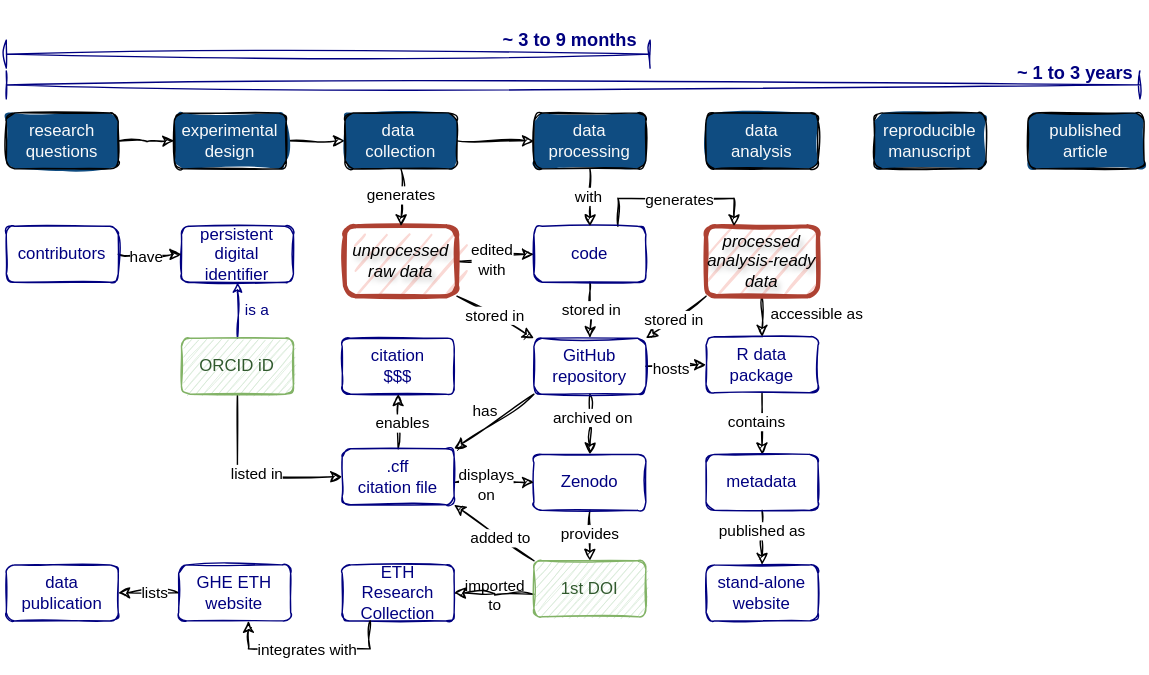
The draw.io diagram slides/img/eth-kolloquium/ghe-rdm-workflow-10.drawio.svg in Global-Health-Engineering/website, before a commit. Source tidied: cells renumbered, new cells last; positions are measured from the earlier drawing's top-left corner, leaving out a move shared by most shapes.
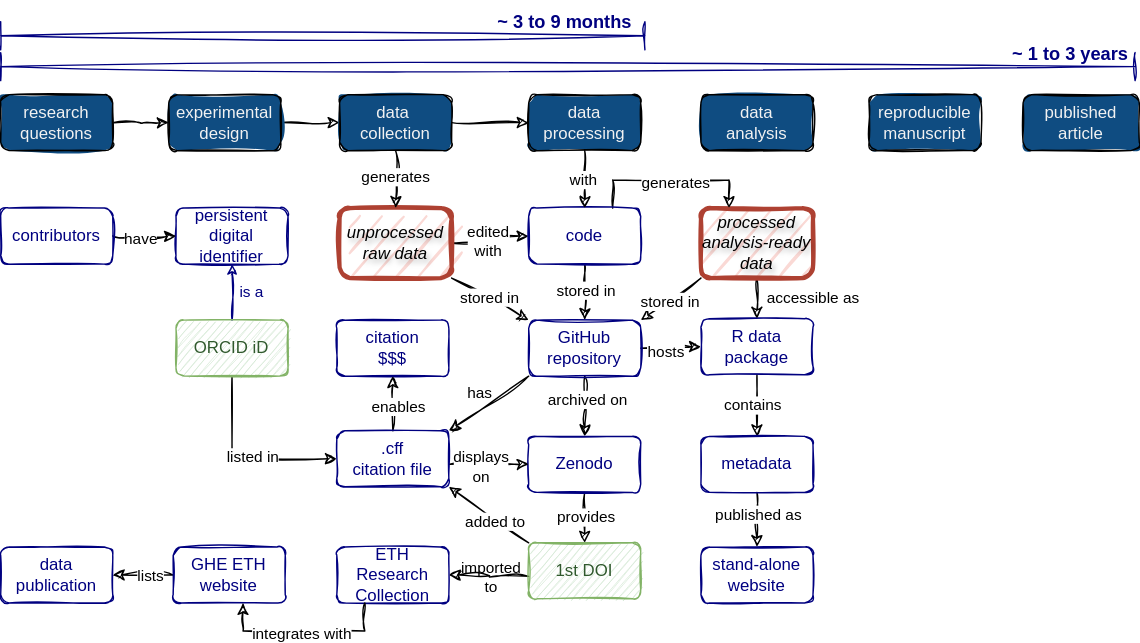
After the commit.

What changed in the source:
```diff
@@ -313,28 +313,25 @@
       <mxGeometry x="347" y="13" width="120" height="30" as="geometry" />
     </mxCell>
     <mxCell id="90" value="Step 1 - Publication workflow" parent="0" />
-    <mxCell id="91" style="rounded=0;whiteSpace=wrap;html=1;fillColor=none;strokeColor=#FFFFFF;" parent="90" vertex="1">
-      <mxGeometry width="820" height="480" as="geometry" />
-    </mxCell>
-    <mxCell id="92" value="&lt;span&gt;&lt;span&gt;research questions&lt;/span&gt;&lt;/span&gt;" style="rounded=1;html=1;strokeWidth=1;fontSize=12;fontFamily=Helvetica;fillColor=#0F4C81;sketch=1;labelBackgroundColor=none;fontColor=#FAFAFA;strokeColor=default;fontStyle=0;fillStyle=solid;labelBorderColor=none;spacing=9;align=center;textShadow=0;whiteSpace=wrap;" parent="90" vertex="1">
+    <mxCell id="92" value="&lt;span&gt;&lt;span&gt;research questions&lt;/span&gt;&lt;/span&gt;" style="rounded=1;whiteSpace=wrap;html=1;strokeWidth=1;fontSize=12;fontFamily=Helvetica;fillColor=#0F4C81;sketch=1;labelBackgroundColor=none;fontColor=#F2F2F2;strokeColor=default;fontStyle=0;fillStyle=solid;" parent="90" vertex="1">
       <mxGeometry x="4" y="80" width="80" height="40" as="geometry" />
     </mxCell>
-    <mxCell id="93" value="&lt;div&gt;&lt;span&gt;&lt;span&gt;experimental&lt;/span&gt;&lt;/span&gt;&lt;/div&gt;&lt;div&gt;&lt;span&gt;&lt;span&gt;design&lt;br&gt;&lt;/span&gt;&lt;/span&gt;&lt;/div&gt;" style="rounded=1;html=1;strokeWidth=1;fontSize=12;fontFamily=Helvetica;fillColor=#0F4C81;sketch=1;labelBackgroundColor=none;fontColor=#FAFAFA;strokeColor=default;fontStyle=0;fillStyle=solid;labelBorderColor=none;spacing=9;align=center;textShadow=0;whiteSpace=wrap;" parent="90" vertex="1">
+    <mxCell id="93" value="&lt;div&gt;&lt;span&gt;&lt;span&gt;experimental&lt;/span&gt;&lt;/span&gt;&lt;/div&gt;&lt;div&gt;&lt;span&gt;&lt;span&gt;design&lt;br&gt;&lt;/span&gt;&lt;/span&gt;&lt;/div&gt;" style="rounded=1;whiteSpace=wrap;html=1;strokeWidth=1;fontSize=12;fontFamily=Helvetica;fillColor=#0F4C81;sketch=1;labelBackgroundColor=none;fontColor=#F2F2F2;strokeColor=default;fontStyle=0;fillStyle=solid;" parent="90" vertex="1">
       <mxGeometry x="124" y="80" width="80" height="40" as="geometry" />
     </mxCell>
-    <mxCell id="94" value="&lt;div&gt;&lt;span&gt;&lt;span&gt;data&lt;br&gt;&lt;/span&gt;&lt;/span&gt;&lt;/div&gt;&lt;div&gt;&lt;span&gt;&lt;span&gt;analysis&lt;/span&gt;&lt;/span&gt;&lt;/div&gt;" style="rounded=1;html=1;strokeWidth=1;fontSize=12;fontFamily=Helvetica;fillColor=#0F4C81;sketch=1;labelBackgroundColor=none;fontColor=#FAFAFA;strokeColor=default;fontStyle=0;fillStyle=solid;labelBorderColor=none;spacing=9;align=center;textShadow=0;whiteSpace=wrap;" parent="90" vertex="1">
+    <mxCell id="94" value="&lt;div&gt;&lt;span&gt;&lt;span&gt;data&lt;br&gt;&lt;/span&gt;&lt;/span&gt;&lt;/div&gt;&lt;div&gt;&lt;span&gt;&lt;span&gt;analysis&lt;/span&gt;&lt;/span&gt;&lt;/div&gt;" style="rounded=1;whiteSpace=wrap;html=1;strokeWidth=1;fontSize=12;fontFamily=Helvetica;fillColor=#0F4C81;sketch=1;labelBackgroundColor=none;fontColor=#F2F2F2;strokeColor=default;fontStyle=0;fillStyle=solid;" parent="90" vertex="1">
       <mxGeometry x="504" y="80" width="80" height="40" as="geometry" />
     </mxCell>
-    <mxCell id="95" value="&lt;div&gt;reproducible&lt;br&gt;&lt;/div&gt;&lt;div&gt;manuscript&lt;/div&gt;" style="rounded=1;html=1;strokeWidth=1;fontSize=12;fontFamily=Helvetica;fillColor=#0F4C81;sketch=1;labelBackgroundColor=none;fontColor=#FAFAFA;strokeColor=default;fontStyle=0;fillStyle=solid;labelBorderColor=none;spacing=9;align=center;textShadow=0;whiteSpace=wrap;" parent="90" vertex="1">
+    <mxCell id="95" value="&lt;div&gt;reproducible&lt;br&gt;&lt;/div&gt;&lt;div&gt;manuscript&lt;/div&gt;" style="rounded=1;whiteSpace=wrap;html=1;strokeWidth=1;fontSize=12;fontFamily=Helvetica;fillColor=#0F4C81;sketch=1;labelBackgroundColor=none;fontColor=#F2F2F2;strokeColor=default;fontStyle=0;fillStyle=solid;" parent="90" vertex="1">
       <mxGeometry x="624" y="80" width="80" height="40" as="geometry" />
     </mxCell>
-    <mxCell id="96" value="&lt;span&gt;&lt;span&gt;published&lt;/span&gt;&lt;/span&gt;&lt;br&gt;&lt;div&gt;&lt;span&gt;&lt;span&gt;article&lt;/span&gt;&lt;/span&gt;&lt;/div&gt;" style="rounded=1;html=1;strokeWidth=1;fontSize=12;fontFamily=Helvetica;fillColor=#0F4C81;sketch=1;labelBackgroundColor=none;fontColor=#FAFAFA;strokeColor=default;fontStyle=0;fillStyle=solid;labelBorderColor=none;spacing=9;align=center;textShadow=0;whiteSpace=wrap;" parent="90" vertex="1">
+    <mxCell id="96" value="&lt;span&gt;&lt;span&gt;published&lt;/span&gt;&lt;/span&gt;&lt;br&gt;&lt;div&gt;&lt;span&gt;&lt;span&gt;article&lt;/span&gt;&lt;/span&gt;&lt;/div&gt;" style="rounded=1;whiteSpace=wrap;html=1;strokeWidth=1;fontSize=12;fontFamily=Helvetica;fillColor=#0F4C81;sketch=1;labelBackgroundColor=none;fontColor=#F2F2F2;strokeColor=default;fontStyle=0;fillStyle=solid;" parent="90" vertex="1">
       <mxGeometry x="734" y="80" width="83" height="40" as="geometry" />
     </mxCell>
-    <mxCell id="97" value="&lt;div&gt;&lt;span&gt;&lt;span&gt;data&amp;nbsp;&lt;/span&gt;&lt;/span&gt;&lt;/div&gt;&lt;div&gt;&lt;span&gt;&lt;span&gt;collection&lt;/span&gt;&lt;/span&gt;&lt;/div&gt;&lt;div&gt;&lt;span&gt;&lt;span&gt;&lt;/span&gt;&lt;/span&gt;&lt;/div&gt;" style="rounded=1;html=1;strokeWidth=1;fontSize=12;fontFamily=Helvetica;fillColor=#0F4C81;sketch=1;labelBackgroundColor=none;fontColor=#FAFAFA;strokeColor=default;fontStyle=0;fillStyle=solid;labelBorderColor=none;spacing=9;align=center;textShadow=0;whiteSpace=wrap;" parent="90" vertex="1">
+    <mxCell id="97" value="&lt;div&gt;&lt;span&gt;&lt;span&gt;data&amp;nbsp;&lt;/span&gt;&lt;/span&gt;&lt;/div&gt;&lt;div&gt;&lt;span&gt;&lt;span&gt;collection&lt;/span&gt;&lt;/span&gt;&lt;/div&gt;&lt;div&gt;&lt;span&gt;&lt;span&gt;&lt;/span&gt;&lt;/span&gt;&lt;/div&gt;" style="rounded=1;whiteSpace=wrap;html=1;strokeWidth=1;fontSize=12;fontFamily=Helvetica;fillColor=#0F4C81;sketch=1;labelBackgroundColor=none;fontColor=#F2F2F2;strokeColor=default;fontStyle=0;fillStyle=solid;" parent="90" vertex="1">
       <mxGeometry x="246" y="80" width="80" height="40" as="geometry" />
     </mxCell>
-    <mxCell id="98" value="&lt;div&gt;&lt;span&gt;&lt;span&gt;data&lt;/span&gt;&lt;/span&gt;&lt;/div&gt;&lt;div&gt;&lt;span&gt;&lt;span&gt;processing&lt;br&gt;&lt;/span&gt;&lt;/span&gt;&lt;/div&gt;" style="rounded=1;html=1;strokeWidth=1;fontSize=12;fontFamily=Helvetica;fillColor=#0F4C81;sketch=1;labelBackgroundColor=none;fontColor=#FAFAFA;strokeColor=default;fontStyle=0;fillStyle=solid;labelBorderColor=none;spacing=9;align=center;textShadow=0;whiteSpace=wrap;" parent="90" vertex="1">
+    <mxCell id="98" value="&lt;div&gt;&lt;span&gt;&lt;span&gt;data&lt;/span&gt;&lt;/span&gt;&lt;/div&gt;&lt;div&gt;&lt;span&gt;&lt;span&gt;processing&lt;br&gt;&lt;/span&gt;&lt;/span&gt;&lt;/div&gt;" style="rounded=1;whiteSpace=wrap;html=1;strokeWidth=1;fontSize=12;fontFamily=Helvetica;fillColor=#0F4C81;sketch=1;labelBackgroundColor=none;fontColor=#F2F2F2;strokeColor=default;fontStyle=0;fillStyle=solid;" parent="90" vertex="1">
       <mxGeometry x="381" y="80" width="80" height="40" as="geometry" />
     </mxCell>
   </root>
```
